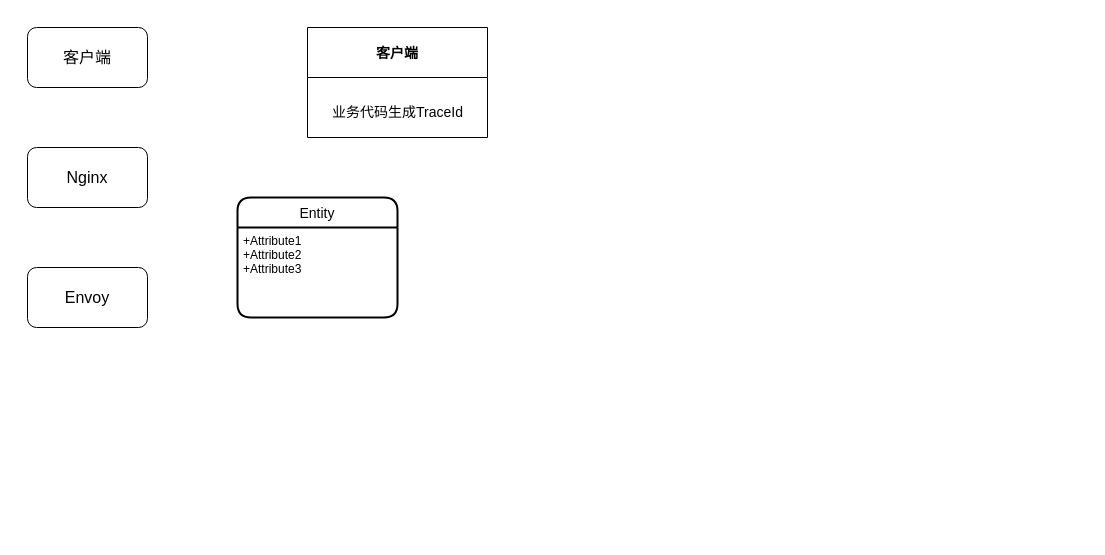
maxuewen/draw.io keeps this draw.io diagram as page "eagle全链路原理" (3 of 3) of Untitled Diagram.drawio. Above is the earlier version. Source tidied: cells renumbered, new cells numbered last; positions are measured from the earlier drawing's top-left corner, leaving out a move shared by most shapes. Both pictures are drawn from the tidied source at 100%, with x=0, y=0 at pixel (27, 27).
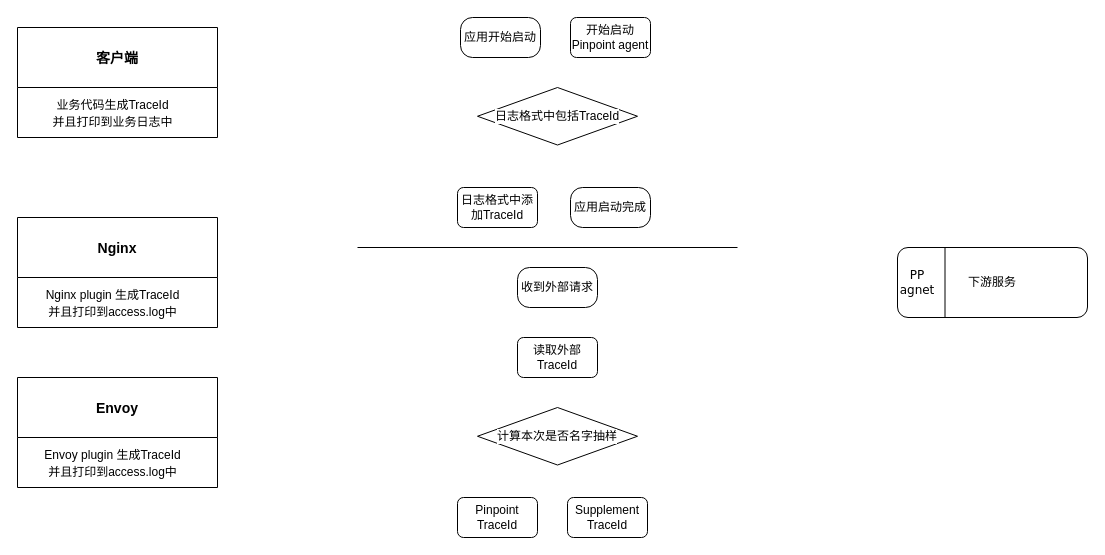
After the change.

Change to the diagram source:
```diff
@@
-    <mxCell id="2" value="&lt;font style=&quot;font-size: 16px;&quot;&gt;客户端&lt;/font&gt;" style="rounded=1;whiteSpace=wrap;html=1;" parent="1" vertex="1">
-      <mxGeometry width="120" height="60" as="geometry" />
-    </mxCell>
-    <mxCell id="3" value="&lt;span style=&quot;font-size: 16px;&quot;&gt;Nginx&lt;/span&gt;" style="rounded=1;whiteSpace=wrap;html=1;" parent="1" vertex="1">
-      <mxGeometry y="120" width="120" height="60" as="geometry" />
+    <mxCell id="3" value="Nginx" style="swimlane;labelBackgroundColor=#FFFFFF;fontSize=14;fontColor=#000000;strokeWidth=1;startSize=60;arcSize=10;" parent="1" vertex="1">
+      <mxGeometry x="-10" y="190" width="200" height="110" as="geometry" />
     </mxCell>
+    <mxCell id="9" value="&lt;span style=&quot;font-size: 12px;&quot;&gt;Nginx plugin 生成TraceId&lt;br&gt;并且打印到access.log中&lt;/span&gt;" style="text;html=1;align=center;verticalAlign=middle;strokeColor=none;fillColor=none;fontSize=14;fontColor=#000000;" parent="3" vertex="1">
+      <mxGeometry x="15" y="60" width="160" height="50" as="geometry" />
+    </mxCell>
-    <mxCell id="4" value="&lt;span style=&quot;font-size: 16px;&quot;&gt;Envoy&lt;/span&gt;" style="rounded=1;whiteSpace=wrap;html=1;" parent="1" vertex="1">
-      <mxGeometry y="240" width="120" height="60" as="geometry" />
+    <mxCell id="4" value="Envoy" style="swimlane;labelBackgroundColor=#FFFFFF;fontSize=14;fontColor=#000000;strokeWidth=1;startSize=60;arcSize=10;" parent="1" vertex="1">
+      <mxGeometry x="-10" y="350" width="200" height="110" as="geometry" />
     </mxCell>
-    <mxCell id="5" value="客户端" style="swimlane;labelBackgroundColor=#FFFFFF;fontSize=14;fontColor=#000000;strokeWidth=1;startSize=50;arcSize=3;" parent="1" vertex="1">
-      <mxGeometry x="280" width="180" height="110" as="geometry" />
-    </mxCell>
-    <mxCell id="6" value="业务代码生成TraceId" style="text;html=1;align=center;verticalAlign=middle;strokeColor=none;fillColor=none;fontSize=14;fontColor=#000000;" parent="5" vertex="1">
-      <mxGeometry x="15" y="70" width="150" height="30" as="geometry" />
-    </mxCell>
-    <mxCell id="7" value="Entity" style="swimlane;horizontal=1;startSize=30;rounded=1;fontSize=14;fontStyle=0;strokeWidth=2;shadow=0;dashed=0;align=center;labelBackgroundColor=#FFFFFF;fontColor=#000000;" parent="1" vertex="1">
-      <mxGeometry x="210" y="170" width="160" height="120" as="geometry" />
-    </mxCell>
-    <mxCell id="8" value="+Attribute1&#10;+Attribute2&#10;+Attribute3" style="align=left;strokeColor=none;fillColor=none;spacingLeft=4;fontSize=12;verticalAlign=top;labelBackgroundColor=#FFFFFF;fontColor=#000000;" parent="7" vertex="1">
-      <mxGeometry y="30" width="160" height="90" as="geometry" />
-    </mxCell>
+    <mxCell id="10" value="&lt;span style=&quot;font-size: 12px;&quot;&gt;Envoy plugin 生成TraceId&lt;br&gt;并且打印到access.log中&lt;/span&gt;" style="text;html=1;align=center;verticalAlign=middle;strokeColor=none;fillColor=none;fontSize=14;fontColor=#000000;" parent="4" vertex="1">
+      <mxGeometry x="15" y="60" width="160" height="50" as="geometry" />
+    </mxCell>
+    <mxCell id="11" value="客户端" style="swimlane;labelBackgroundColor=#FFFFFF;fontSize=14;fontColor=#000000;strokeWidth=1;startSize=60;arcSize=100;" parent="1" vertex="1">
+      <mxGeometry x="-10" width="200" height="110" as="geometry" />
+    </mxCell>
+    <mxCell id="12" value="&lt;span style=&quot;font-size: 12px;&quot;&gt;业务代码生成TraceId&lt;br&gt;并且打印到业务日志中&lt;/span&gt;" style="text;html=1;align=center;verticalAlign=middle;strokeColor=none;fillColor=none;fontSize=14;fontColor=#000000;" parent="11" vertex="1">
+      <mxGeometry x="25" y="60" width="140" height="50" as="geometry" />
+    </mxCell>
+    <mxCell id="13" value="应用开始启动" style="rounded=1;whiteSpace=wrap;html=1;labelBackgroundColor=#FFFFFF;fontSize=12;fontColor=#000000;strokeWidth=1;imageHeight=24;arcSize=30;" parent="1" vertex="1">
+      <mxGeometry x="433" y="-10" width="80" height="40" as="geometry" />
+    </mxCell>
+    <mxCell id="14" value="开始启动&lt;br&gt;Pinpoint agent" style="rounded=1;whiteSpace=wrap;html=1;labelBackgroundColor=#FFFFFF;fontSize=12;fontColor=#000000;strokeWidth=1;" parent="1" vertex="1">
+      <mxGeometry x="543" y="-10" width="80" height="40" as="geometry" />
+    </mxCell>
+    <mxCell id="15" value="日志格式中包括TraceId" style="rhombus;whiteSpace=wrap;html=1;labelBackgroundColor=#FFFFFF;fontSize=12;fontColor=#000000;strokeWidth=1;" parent="1" vertex="1">
+      <mxGeometry x="450" y="60" width="160" height="57.5" as="geometry" />
+    </mxCell>
+    <mxCell id="16" value="日志格式中添加TraceId" style="rounded=1;whiteSpace=wrap;html=1;labelBackgroundColor=#FFFFFF;fontSize=12;fontColor=#000000;strokeWidth=1;" parent="1" vertex="1">
+      <mxGeometry x="430" y="160" width="80" height="40" as="geometry" />
+    </mxCell>
+    <mxCell id="17" value="应用启动完成" style="rounded=1;whiteSpace=wrap;html=1;labelBackgroundColor=#FFFFFF;fontSize=12;fontColor=#000000;strokeWidth=1;imageHeight=24;arcSize=30;" parent="1" vertex="1">
+      <mxGeometry x="543" y="160" width="80" height="40" as="geometry" />
+    </mxCell>
+    <mxCell id="18" value="收到外部请求" style="rounded=1;whiteSpace=wrap;html=1;labelBackgroundColor=#FFFFFF;fontSize=12;fontColor=#000000;strokeWidth=1;imageHeight=24;arcSize=30;" parent="1" vertex="1">
+      <mxGeometry x="490" y="240" width="80" height="40" as="geometry" />
+    </mxCell>
+    <mxCell id="19" value="读取外部TraceId" style="rounded=1;whiteSpace=wrap;html=1;labelBackgroundColor=#FFFFFF;fontSize=12;fontColor=#000000;strokeWidth=1;" parent="1" vertex="1">
+      <mxGeometry x="490" y="310" width="80" height="40" as="geometry" />
+    </mxCell>
+    <mxCell id="20" style="endArrow=none;html=1;rounded=0;fontSize=12;fontColor=#000000;jumpStyle=arc;jumpSize=12;" parent="1" edge="1">
+      <mxGeometry relative="1" as="geometry">
+        <mxPoint x="330" y="220" as="sourcePoint" />
+        <mxPoint x="710" y="220" as="targetPoint" />
+      </mxGeometry>
+    </mxCell>
+    <mxCell id="21" value="计算本次是否名字抽样" style="rhombus;whiteSpace=wrap;html=1;labelBackgroundColor=#FFFFFF;fontSize=12;fontColor=#000000;strokeWidth=1;" parent="1" vertex="1">
+      <mxGeometry x="450" y="380" width="160" height="57.5" as="geometry" />
+    </mxCell>
+    <mxCell id="22" value="Pinpoint TraceId" style="rounded=1;whiteSpace=wrap;html=1;labelBackgroundColor=#FFFFFF;fontSize=12;fontColor=#000000;strokeWidth=1;" parent="1" vertex="1">
+      <mxGeometry x="430" y="470" width="80" height="40" as="geometry" />
+    </mxCell>
+    <mxCell id="23" value="Supplement TraceId" style="rounded=1;whiteSpace=wrap;html=1;labelBackgroundColor=#FFFFFF;fontSize=12;fontColor=#000000;strokeWidth=1;" parent="1" vertex="1">
+      <mxGeometry x="540" y="470" width="80" height="40" as="geometry" />
+    </mxCell>
+    <mxCell id="24" value="下游服务" style="rounded=1;whiteSpace=wrap;html=1;labelBackgroundColor=#FFFFFF;fontSize=12;fontColor=#000000;strokeWidth=1;" parent="1" vertex="1">
+      <mxGeometry x="870" y="220" width="190" height="70" as="geometry" />
+    </mxCell>
+    <mxCell id="25" style="endArrow=none;html=1;rounded=0;fontSize=12;fontColor=#000000;jumpStyle=arc;jumpSize=12;entryX=0.25;entryY=0;entryDx=0;entryDy=0;exitX=0.25;exitY=1;exitDx=0;exitDy=0;" parent="1" edge="1" source="24" target="24">
+      <mxGeometry relative="1" as="geometry" />
+    </mxCell>
+    <mxCell id="26" value="&lt;font face=&quot;Verdana&quot;&gt;PP agnet&lt;/font&gt;" style="text;html=1;strokeColor=none;fillColor=none;align=center;verticalAlign=middle;whiteSpace=wrap;rounded=0;labelBackgroundColor=#FFFFFF;fontSize=12;fontColor=#000000;" parent="1" vertex="1">
+      <mxGeometry x="870" y="225" width="40" height="60" as="geometry" />
+    </mxCell>
```
